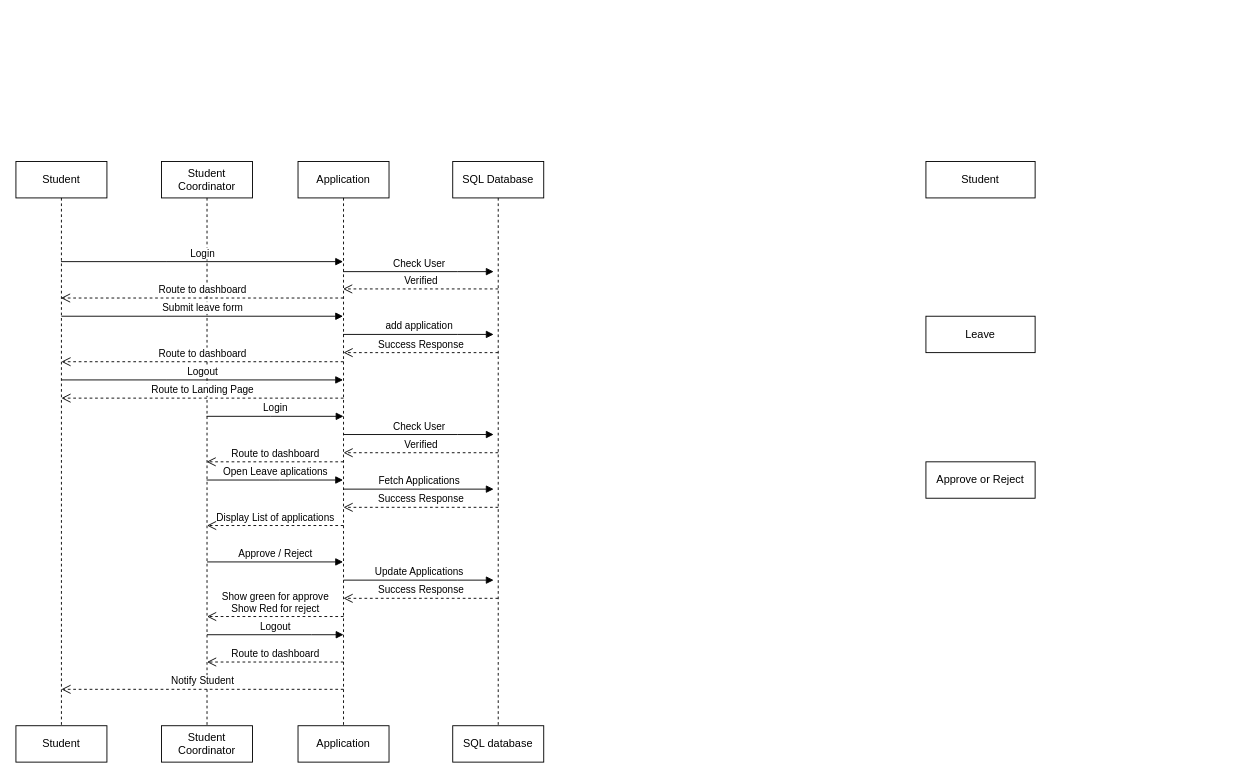
Before: Untitled Diagram.drawio in Happday-bot/sam, a draw.io diagram. Source tidied: cells renumbered, new cells numbered last; positions are measured from the earlier drawing's top-left corner, leaving out a move shared by most shapes. Both pictures are drawn from the tidied source at 91%, with x=0, y=0 at pixel (15, 161).
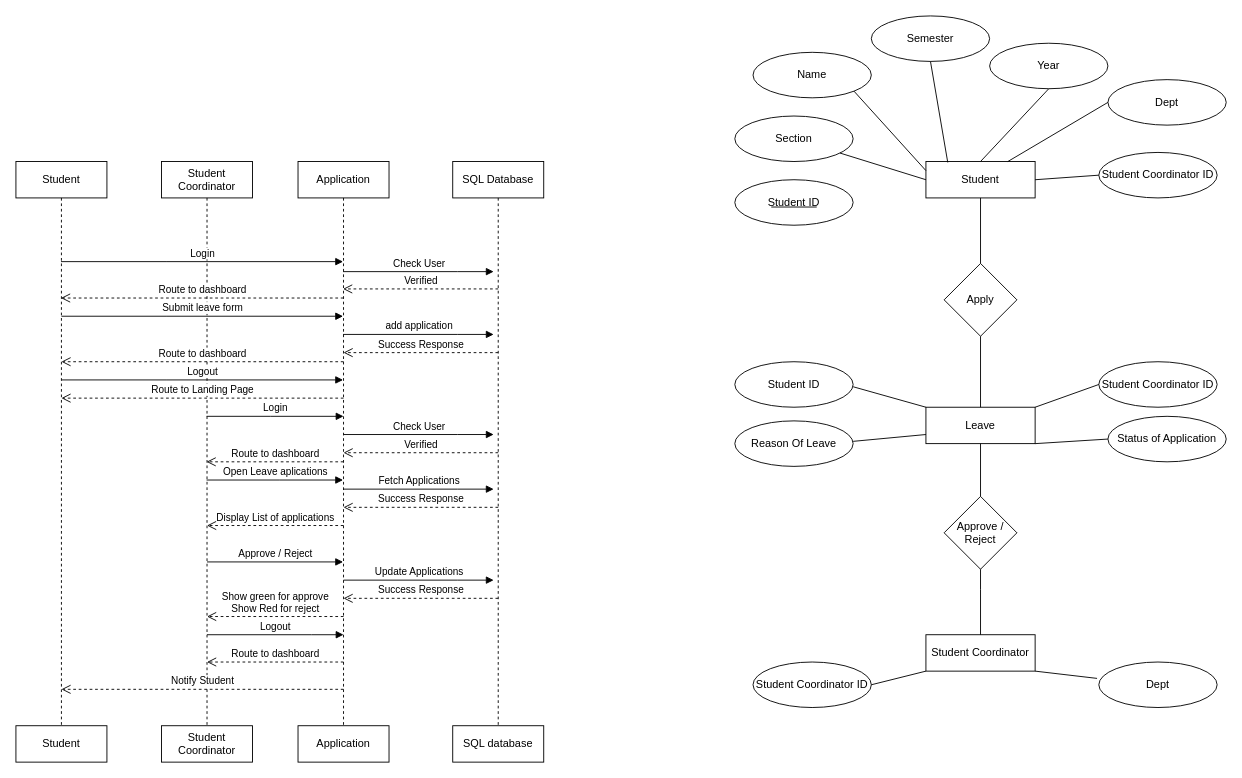
After the change.

Commit message:
Model Practicals SC.drawio

Unchanged cells that the change refers to:
```xml
<mxCell id="35" value="Student" style="rounded=0;whiteSpace=wrap;html=1;" parent="1" vertex="1">
  <mxGeometry x="1000" width="120" height="40" as="geometry" />
</mxCell>
```

What changed in the source:
```diff
@@
     <mxCell id="36" value="Leave" style="rounded=0;whiteSpace=wrap;html=1;" parent="1" vertex="1">
-      <mxGeometry x="1000" y="170" width="120" height="40" as="geometry" />
+      <mxGeometry x="1000" y="270" width="120" height="40" as="geometry" />
     </mxCell>
-    <mxCell id="37" value="Approve or Reject" style="rounded=0;whiteSpace=wrap;html=1;" parent="1" vertex="1">
-      <mxGeometry x="1000" y="330" width="120" height="40" as="geometry" />
+    <mxCell id="37" value="Student Coordinator" style="rounded=0;whiteSpace=wrap;html=1;" parent="1" vertex="1">
+      <mxGeometry x="1000" y="520" width="120" height="40" as="geometry" />
     </mxCell>
+    <mxCell id="38" value="Section" style="ellipse;whiteSpace=wrap;html=1;" parent="1" vertex="1">
+      <mxGeometry x="790" y="-50" width="130" height="50" as="geometry" />
+    </mxCell>
+    <mxCell id="39" style="endArrow=none;html=1;rounded=0;entryX=0;entryY=0.5;entryDx=0;entryDy=0;" parent="1" edge="1" source="38" target="35">
+      <mxGeometry relative="1" as="geometry" />
+    </mxCell>
+    <mxCell id="40" value="Name" style="ellipse;whiteSpace=wrap;html=1;" parent="1" vertex="1">
+      <mxGeometry x="810" y="-120" width="130" height="50" as="geometry" />
+    </mxCell>
+    <mxCell id="41" value="Student Coordinator ID" style="ellipse;whiteSpace=wrap;html=1;" parent="1" vertex="1">
+      <mxGeometry x="1190" y="-10" width="130" height="50" as="geometry" />
+    </mxCell>
+    <mxCell id="42" value="Semester" style="ellipse;whiteSpace=wrap;html=1;" parent="1" vertex="1">
+      <mxGeometry x="940" y="-160" width="130" height="50" as="geometry" />
+    </mxCell>
+    <mxCell id="43" value="Year" style="ellipse;whiteSpace=wrap;html=1;" parent="1" vertex="1">
+      <mxGeometry x="1070" y="-130" width="130" height="50" as="geometry" />
+    </mxCell>
+    <mxCell id="44" value="Dept" style="ellipse;whiteSpace=wrap;html=1;" parent="1" vertex="1">
+      <mxGeometry x="1200" y="-90" width="130" height="50" as="geometry" />
+    </mxCell>
+    <mxCell id="45" style="endArrow=none;html=1;rounded=0;entryX=0;entryY=0.25;entryDx=0;entryDy=0;exitX=1;exitY=1;exitDx=0;exitDy=0;" parent="1" edge="1" source="40" target="35">
+      <mxGeometry relative="1" as="geometry" />
+    </mxCell>
+    <mxCell id="46" style="endArrow=none;html=1;rounded=0;entryX=0.2;entryY=0.025;entryDx=0;entryDy=0;exitX=0.5;exitY=1;exitDx=0;exitDy=0;entryPerimeter=0;" parent="1" edge="1" source="42" target="35">
+      <mxGeometry relative="1" as="geometry" />
+    </mxCell>
+    <mxCell id="47" style="endArrow=none;html=1;rounded=0;entryX=0.5;entryY=0;entryDx=0;entryDy=0;exitX=0.5;exitY=1;exitDx=0;exitDy=0;" parent="1" edge="1" source="43" target="35">
+      <mxGeometry relative="1" as="geometry" />
+    </mxCell>
+    <mxCell id="48" style="endArrow=none;html=1;rounded=0;entryX=0.75;entryY=0;entryDx=0;entryDy=0;exitX=0;exitY=0.5;exitDx=0;exitDy=0;" parent="1" edge="1" source="44" target="35">
+      <mxGeometry relative="1" as="geometry" />
+    </mxCell>
+    <mxCell id="49" style="endArrow=none;html=1;rounded=0;entryX=1;entryY=0.5;entryDx=0;entryDy=0;exitX=0;exitY=0.5;exitDx=0;exitDy=0;" parent="1" edge="1" source="41" target="35">
+      <mxGeometry relative="1" as="geometry" />
+    </mxCell>
+    <mxCell id="50" value="Apply" style="rhombus;whiteSpace=wrap;html=1;" parent="1" vertex="1">
+      <mxGeometry x="1020" y="112" width="80" height="80" as="geometry" />
+    </mxCell>
+    <mxCell id="51" value="Approve / Reject" style="rhombus;whiteSpace=wrap;html=1;" parent="1" vertex="1">
+      <mxGeometry x="1020" y="368" width="80" height="80" as="geometry" />
+    </mxCell>
+    <mxCell id="52" style="endArrow=none;html=1;rounded=0;entryX=0.5;entryY=1;entryDx=0;entryDy=0;" parent="1" edge="1" source="50" target="35">
+      <mxGeometry relative="1" as="geometry" />
+    </mxCell>
+    <mxCell id="53" style="endArrow=none;html=1;rounded=0;entryX=0.5;entryY=1;entryDx=0;entryDy=0;exitX=0.5;exitY=0;exitDx=0;exitDy=0;" parent="1" edge="1" source="51" target="36">
+      <mxGeometry relative="1" as="geometry" />
+    </mxCell>
+    <mxCell id="54" style="endArrow=none;html=1;rounded=0;entryX=0.5;entryY=1;entryDx=0;entryDy=0;exitX=0.5;exitY=0;exitDx=0;exitDy=0;" parent="1" edge="1" source="36" target="50">
+      <mxGeometry relative="1" as="geometry" />
+    </mxCell>
+    <mxCell id="55" style="endArrow=none;html=1;rounded=0;exitX=0.5;exitY=0;exitDx=0;exitDy=0;" parent="1" edge="1" source="37" target="51">
+      <mxGeometry relative="1" as="geometry">
+        <Array as="points">
+          <mxPoint x="1060" y="470" />
+        </Array>
+      </mxGeometry>
+    </mxCell>
+    <mxCell id="56" value="Student ID" style="ellipse;whiteSpace=wrap;html=1;" parent="1" vertex="1">
+      <mxGeometry x="790" y="220" width="130" height="50" as="geometry" />
+    </mxCell>
+    <mxCell id="57" value="Reason Of Leave" style="ellipse;whiteSpace=wrap;html=1;" parent="1" vertex="1">
+      <mxGeometry x="790" y="285" width="130" height="50" as="geometry" />
+    </mxCell>
+    <mxCell id="58" value="Student Coordinator ID" style="ellipse;whiteSpace=wrap;html=1;" parent="1" vertex="1">
+      <mxGeometry x="1190" y="220" width="130" height="50" as="geometry" />
+    </mxCell>
+    <mxCell id="59" value="Status of Application" style="ellipse;whiteSpace=wrap;html=1;" parent="1" vertex="1">
+      <mxGeometry x="1200" y="280" width="130" height="50" as="geometry" />
+    </mxCell>
+    <mxCell id="60" value="Student Coordinator ID" style="ellipse;whiteSpace=wrap;html=1;" parent="1" vertex="1">
+      <mxGeometry x="810" y="550" width="130" height="50" as="geometry" />
+    </mxCell>
+    <mxCell id="61" value="Dept" style="ellipse;whiteSpace=wrap;html=1;" parent="1" vertex="1">
+      <mxGeometry x="1190" y="550" width="130" height="50" as="geometry" />
+    </mxCell>
+    <mxCell id="62" value="Student ID" style="ellipse;whiteSpace=wrap;html=1;" parent="1" vertex="1">
+      <mxGeometry x="790" y="20" width="130" height="50" as="geometry" />
+    </mxCell>
+    <mxCell id="63" style="endArrow=none;html=1;rounded=0;entryX=0;entryY=0;entryDx=0;entryDy=0;exitX=1;exitY=0.5;exitDx=0;exitDy=0;" parent="1" edge="1" target="36">
+      <mxGeometry relative="1" as="geometry">
+        <mxPoint x="920" y="247.5" as="sourcePoint" />
+      </mxGeometry>
+    </mxCell>
+    <mxCell id="64" style="endArrow=none;html=1;rounded=0;exitX=0.308;exitY=0.6;exitDx=0;exitDy=0;exitPerimeter=0;" parent="1" edge="1" source="62">
+      <mxGeometry relative="1" as="geometry">
+        <mxPoint x="880" y="50" as="targetPoint" />
+      </mxGeometry>
+    </mxCell>
+    <mxCell id="65" style="endArrow=none;html=1;rounded=0;exitX=1;exitY=0.5;exitDx=0;exitDy=0;entryX=0;entryY=0.75;entryDx=0;entryDy=0;" parent="1" edge="1" target="36">
+      <mxGeometry relative="1" as="geometry">
+        <mxPoint x="920" y="307.5" as="sourcePoint" />
+      </mxGeometry>
+    </mxCell>
+    <mxCell id="66" style="endArrow=none;html=1;rounded=0;exitX=1;exitY=0.5;exitDx=0;exitDy=0;entryX=0;entryY=0.5;entryDx=0;entryDy=0;" parent="1" edge="1" target="58">
+      <mxGeometry relative="1" as="geometry">
+        <mxPoint x="1120" y="270" as="sourcePoint" />
+      </mxGeometry>
+    </mxCell>
+    <mxCell id="67" style="endArrow=none;html=1;rounded=0;exitX=1;exitY=0.5;exitDx=0;exitDy=0;entryX=0;entryY=0.5;entryDx=0;entryDy=0;" parent="1" edge="1" target="59">
+      <mxGeometry relative="1" as="geometry">
+        <mxPoint x="1120" y="310" as="sourcePoint" />
+      </mxGeometry>
+    </mxCell>
+    <mxCell id="68" style="endArrow=none;html=1;rounded=0;exitX=1;exitY=0.5;exitDx=0;exitDy=0;" parent="1" edge="1" source="60">
+      <mxGeometry relative="1" as="geometry">
+        <mxPoint x="1000" y="560" as="targetPoint" />
+      </mxGeometry>
+    </mxCell>
+    <mxCell id="69" style="endArrow=none;html=1;rounded=0;entryX=-0.015;entryY=0.36;entryDx=0;entryDy=0;entryPerimeter=0;" parent="1" edge="1" target="61">
+      <mxGeometry relative="1" as="geometry">
+        <mxPoint x="1120" y="560" as="sourcePoint" />
+      </mxGeometry>
+    </mxCell>
```
